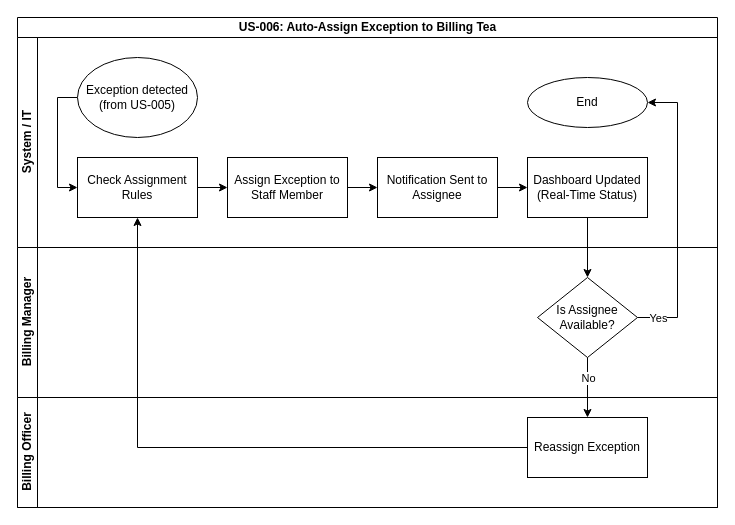
Above: page "Page-6" (6 of 9) of BA/ProcessMaps/PM001-PM008.drawio in ijs99/energy-analyst-portfolio (draw.io), before the change. Source tidied: cells renumbered, new cells numbered last; positions are measured from the earlier drawing's top-left corner, leaving out a move shared by most shapes. Both pictures are drawn from the tidied source at 100%, with x=0, y=0 at pixel (17, 17).
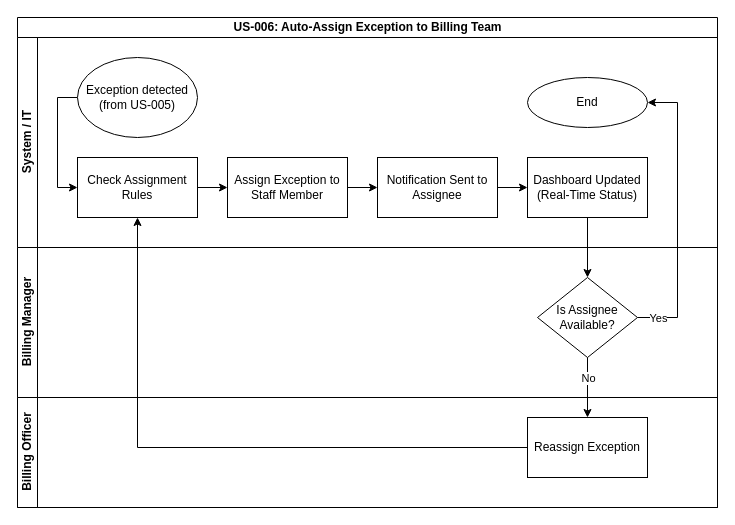
After the change.

Diff of the diagram source:
```diff
@@
-    <mxCell id="2" value="US-006: Auto-Assign Exception to Billing Tea" style="swimlane;horizontal=1;startSize=20;html=1;" parent="1" vertex="1">
+    <mxCell id="2" value="US-006: Auto-Assign Exception to Billing Team" style="swimlane;horizontal=1;startSize=20;html=1;" parent="1" vertex="1">
       <mxGeometry width="700" height="490" as="geometry" />
     </mxCell>
```
